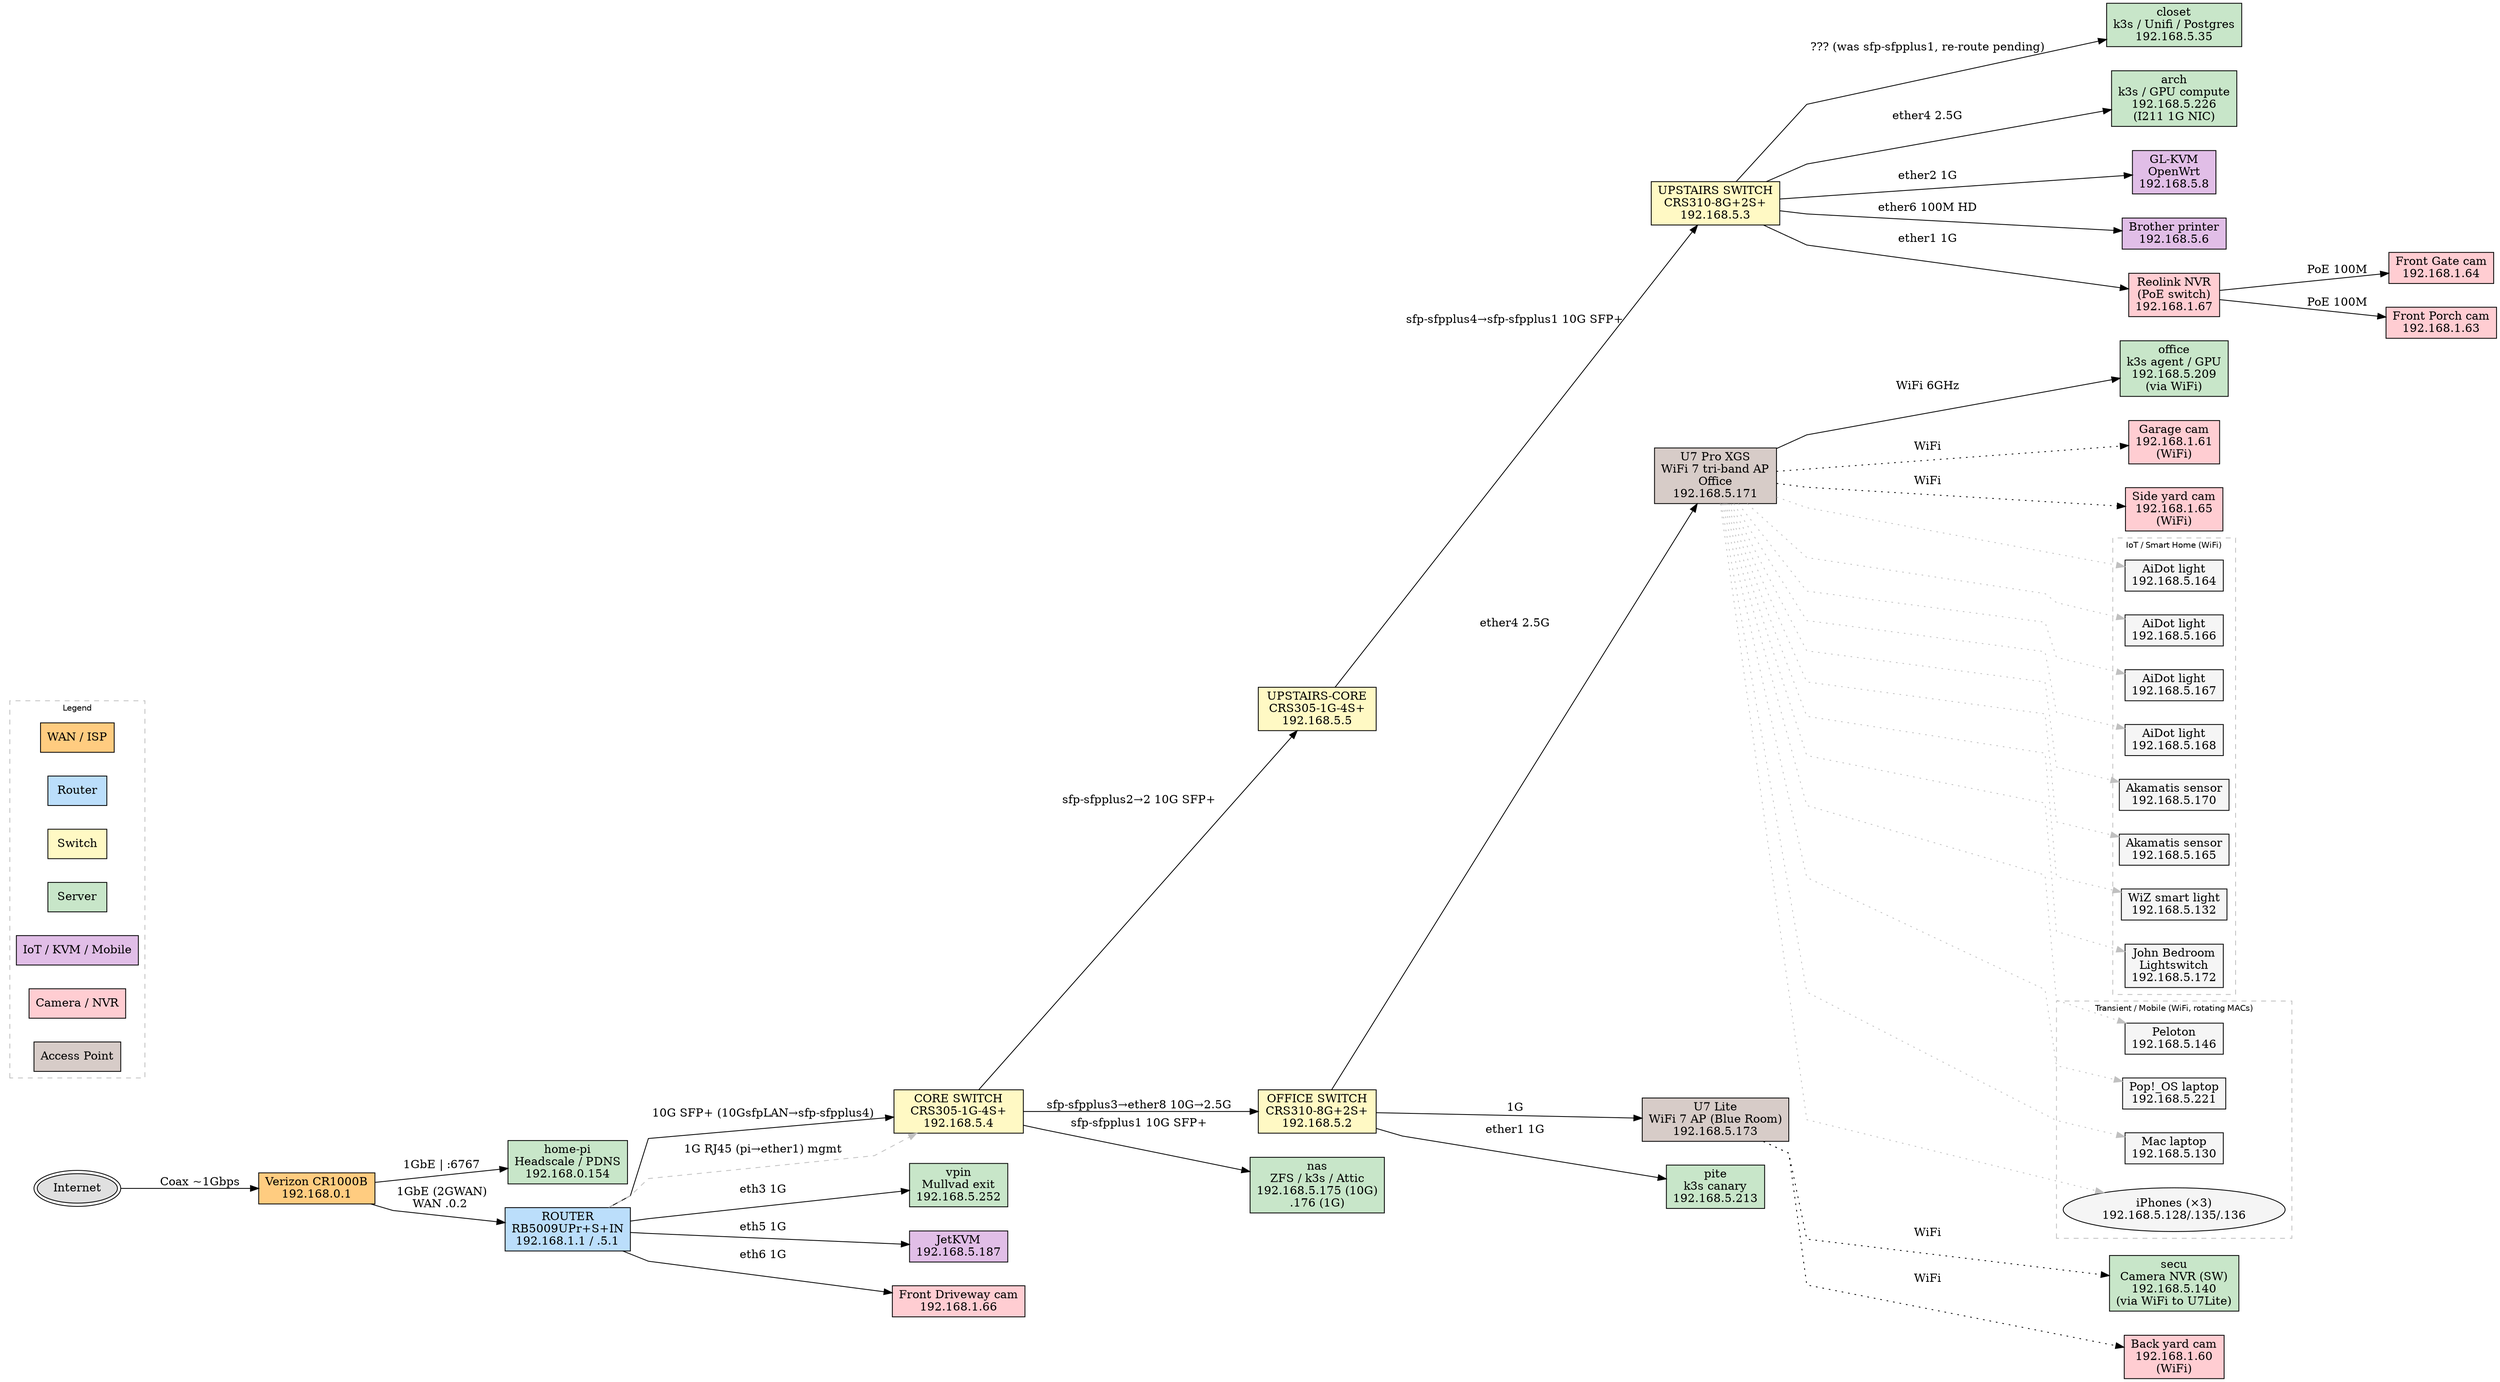
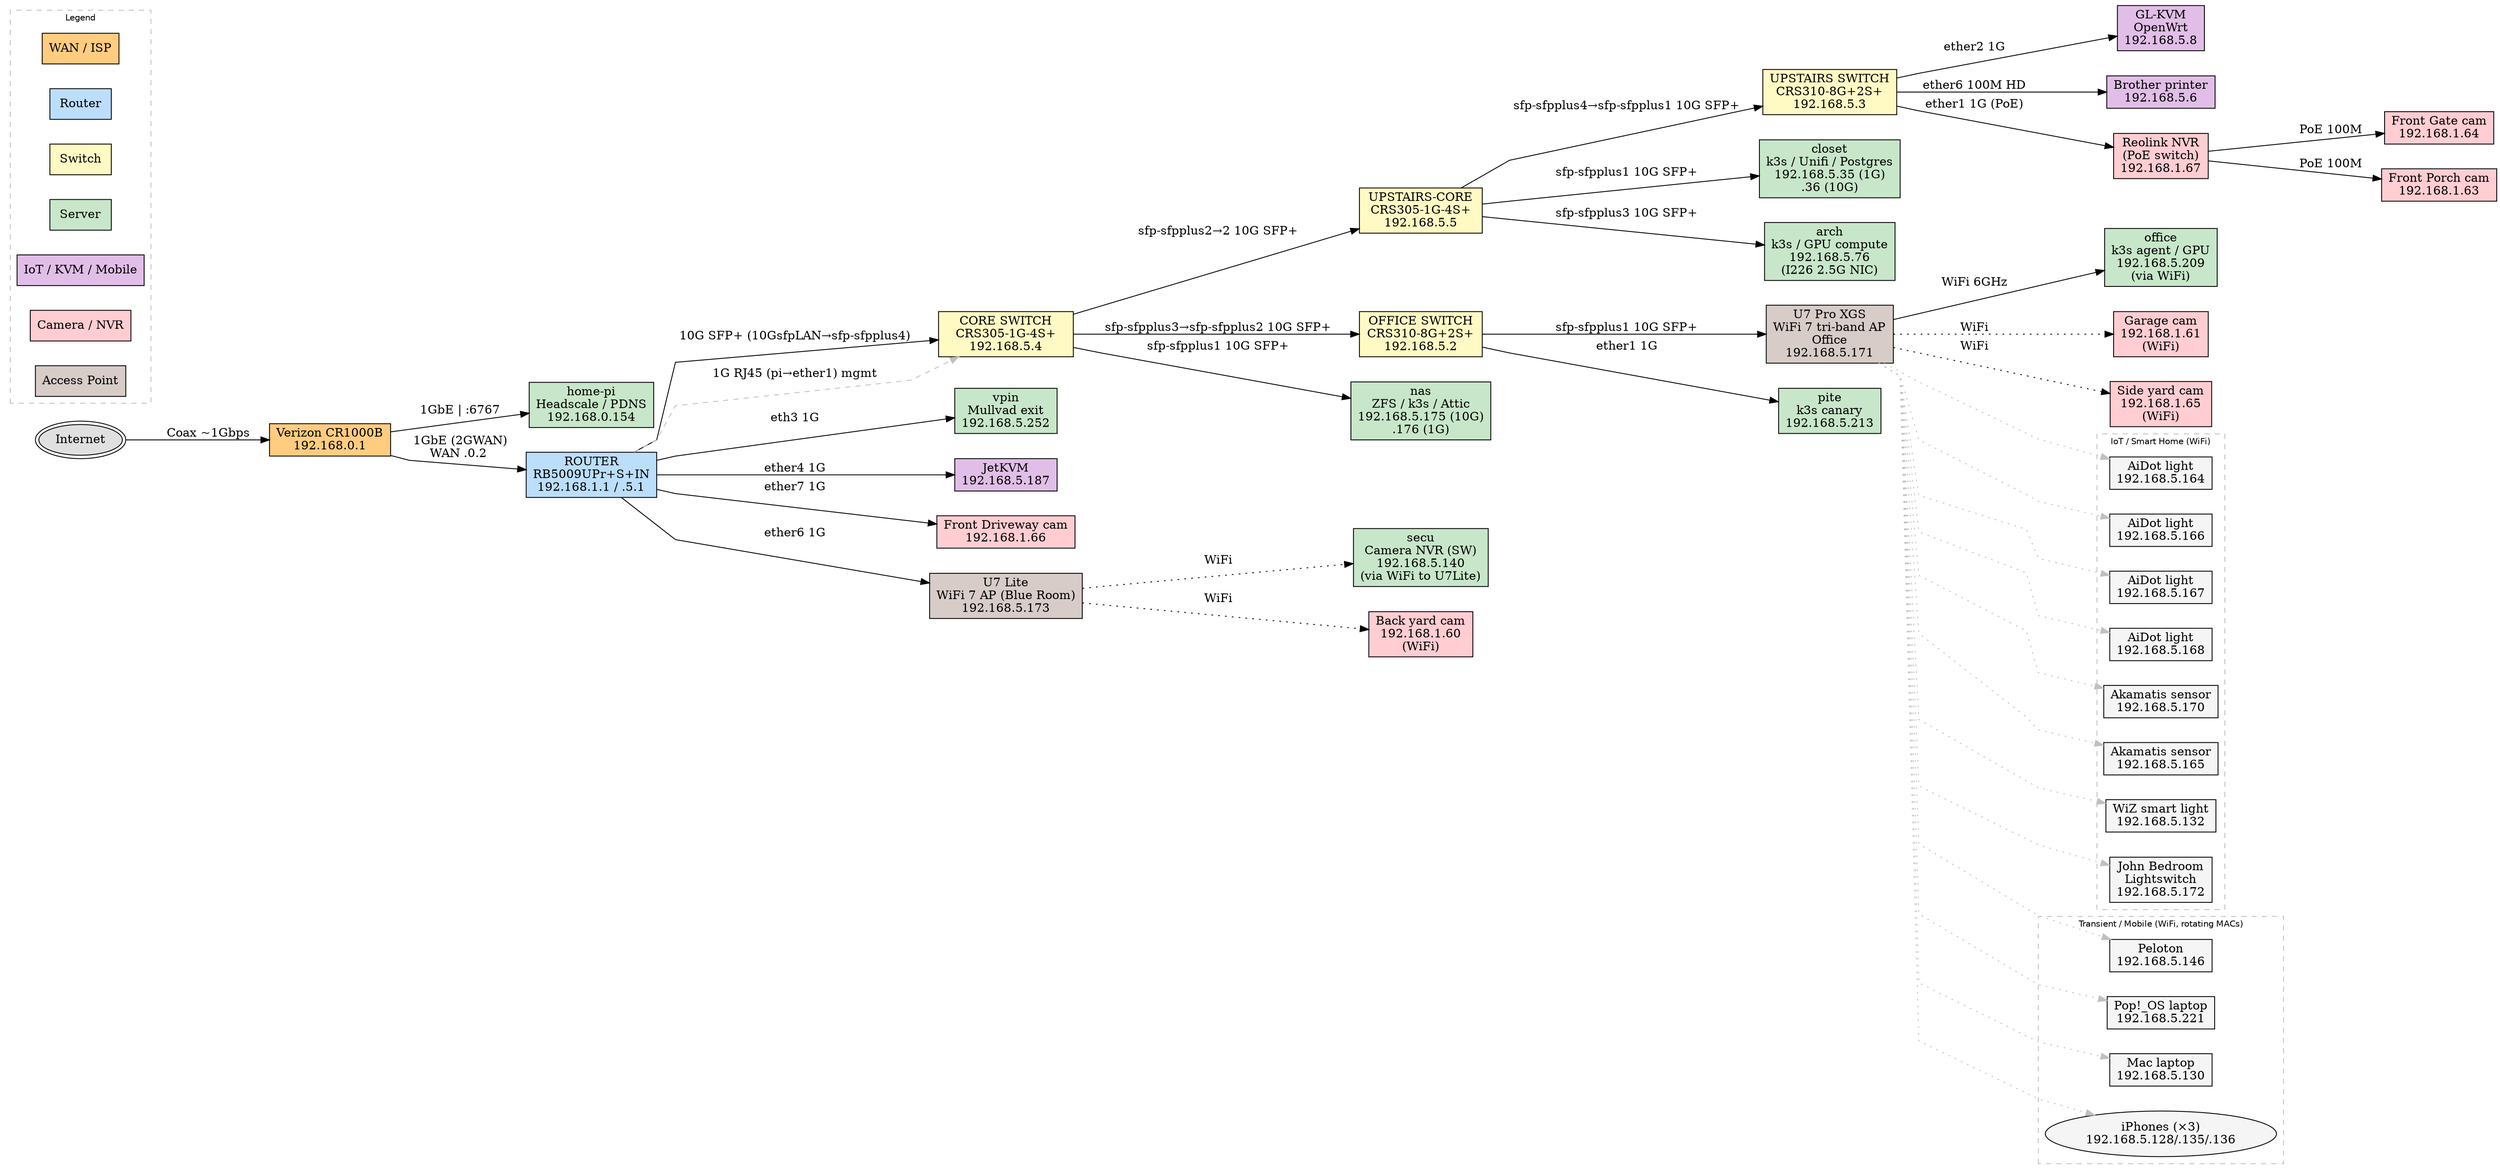
digraph G {
    rankdir=LR
    splines=polyline
    nodesep=0.4
    ranksep=0.6
    bgcolor=white
    fontname="Helvetica"

    // ── Internet / WAN ──
    internet [shape=ellipse, label="Internet", fillcolor="#e0e0e0", style=filled, peripheries=2]
    verizon  [shape=box, label="Verizon CR1000B\n192.168.0.1", fillcolor="#ffcc80", style=filled]
    homepi   [shape=box, label="home-pi\nHeadscale / PDNS\n192.168.0.154", fillcolor="#c8e6c9", style=filled]

    internet -> verizon [label=" Coax ~1Gbps"]
    verizon -> homepi   [label=" 1GbE | :6767"]

    // ── Router ──
    router [shape=box, label="ROUTER\nRB5009UPr+S+IN\n192.168.1.1 / .5.1", fillcolor="#bbdefb", style=filled, width=2.0]

    verizon -> router [label=" 1GbE (2GWAN)\nWAN .0.2"]

    // ── Core Switch ──
    core [shape=box, label="CORE SWITCH\nCRS305-1G-4S+\n192.168.5.4", fillcolor="#fff9c4", style=filled, width=2.2]

    router -> core [label=" 10G SFP+ (10GsfpLAN→sfp-sfpplus4)"]
    router -> core [label=" 1G RJ45 (pi→ether1) mgmt", style=dashed, color=gray, weight=0]

    // ── Router direct ports ──
    vpin        [shape=box, label="vpin\nMullvad exit\n192.168.5.252", fillcolor="#c8e6c9", style=filled]
    jetkvm      [shape=box, label="JetKVM\n192.168.5.187", fillcolor="#e1bee7", style=filled]
    cam_driveway [shape=box, label="Front Driveway cam\n192.168.1.66", fillcolor="#ffcdd2", style=filled]

    router -> vpin         [label=" eth3 1G"]
-     router -> jetkvm       [label=" eth5 1G"]
-     router -> cam_driveway [label=" eth6 1G"]
+     router -> jetkvm       [label=" ether4 1G"]
+     router -> cam_driveway [label=" ether7 1G"]
+     router -> u7lite   [label=" ether6 1G"]

    // ── Switches ──
    upstairs_core [shape=box, label="UPSTAIRS-CORE\nCRS305-1G-4S+\n192.168.5.5", fillcolor="#fff9c4", style=filled, width=2.0]
    upstairs [shape=box, label="UPSTAIRS SWITCH\nCRS310-8G+2S+\n192.168.5.3", fillcolor="#fff9c4", style=filled, width=2.0]
    office   [shape=box, label="OFFICE SWITCH\nCRS310-8G+2S+\n192.168.5.2", fillcolor="#fff9c4", style=filled, width=2.0]

    core -> upstairs_core [label=" sfp-sfpplus2→2 10G SFP+"]
    upstairs_core -> upstairs [label=" sfp-sfpplus4→sfp-sfpplus1 10G SFP+"]

+     upstairs_core -> closet [label=" sfp-sfpplus1 10G SFP+"]
+     upstairs_core -> arch   [label=" sfp-sfpplus3 10G SFP+"]

    // ── NAS (direct on core) ──
    nas [shape=box, label="nas\nZFS / k3s / Attic\n192.168.5.175 (10G)\n.176 (1G)", fillcolor="#c8e6c9", style=filled]

    core -> nas [label=" sfp-sfpplus1 10G SFP+"]

    // ── Core → Office ──
-     core -> office [label=" sfp-sfpplus3→ether8 10G→2.5G"]
+     core -> office [label=" sfp-sfpplus3→sfp-sfpplus2 10G SFP+"]

    // ── Upstairs wired devices ──
-     closet  [shape=box, label="closet\nk3s / Unifi / Postgres\n192.168.5.35", fillcolor="#c8e6c9", style=filled]
-     arch    [shape=box, label="arch\nk3s / GPU compute\n192.168.5.226\n(I211 1G NIC)", fillcolor="#c8e6c9", style=filled]
+     closet  [shape=box, label="closet\nk3s / Unifi / Postgres\n192.168.5.35 (1G)\n.36 (10G)", fillcolor="#c8e6c9", style=filled]
+     arch    [shape=box, label="arch\nk3s / GPU compute\n192.168.5.76\n(I226 2.5G NIC)", fillcolor="#c8e6c9", style=filled]
    glkvm   [shape=box, label="GL-KVM\nOpenWrt\n192.168.5.8", fillcolor="#e1bee7", style=filled]
    brother [shape=box, label="Brother printer\n192.168.5.6", fillcolor="#e1bee7", style=filled]

-     upstairs -> closet  [label=" ??? (was sfp-sfpplus1, re-route pending)"]
-     upstairs -> arch    [label=" ether4 2.5G"]
+ 
+ 
+ 
    upstairs -> glkvm   [label=" ether2 1G"]
    upstairs -> brother [label=" ether6 100M HD"]
+ 

    // ── NVR + wired cameras (NVR acts as PoE switch) ──
    nvr       [shape=box, label="Reolink NVR\n(PoE switch)\n192.168.1.67", fillcolor="#ffcdd2", style=filled]
    cam_gate  [shape=box, label="Front Gate cam\n192.168.1.64", fillcolor="#ffcdd2", style=filled]
    cam_porch [shape=box, label="Front Porch cam\n192.168.1.63", fillcolor="#ffcdd2", style=filled]
    secu      [shape=box, label="secu\nCamera NVR (SW)\n192.168.5.140\n(via WiFi to U7Lite)", fillcolor="#c8e6c9", style=filled]

-     upstairs -> nvr      [label=" ether1 1G"]
+     upstairs -> nvr      [label=" ether1 1G (PoE)"]
    nvr      -> cam_gate  [label=" PoE 100M"]
    nvr      -> cam_porch [label=" PoE 100M"]

    // ── Office: APs wired ──
    u7proxgs [shape=box, label="U7 Pro XGS\nWiFi 7 tri-band AP\nOffice\n192.168.5.171", fillcolor="#d7ccc8", style=filled]
    u7lite   [shape=box, label="U7 Lite\nWiFi 7 AP (Blue Room)\n192.168.5.173", fillcolor="#d7ccc8", style=filled]

-     office -> u7proxgs [label=" ether4 2.5G"]
-     office -> u7lite   [label=" 1G"]
+     office -> u7proxgs [label=" sfp-sfpplus1 10G SFP+"]
+ 

    // ── WiFi clients ──
    officepc   [shape=box, label="office\nk3s agent / GPU\n192.168.5.209\n(via WiFi)", fillcolor="#c8e6c9", style=filled]
    cam_back   [shape=box, label="Back yard cam\n192.168.1.60\n(WiFi)", fillcolor="#ffcdd2", style=filled]
    cam_garage [shape=box, label="Garage cam\n192.168.1.61\n(WiFi)", fillcolor="#ffcdd2", style=filled]
    cam_side   [shape=box, label="Side yard cam\n192.168.1.65\n(WiFi)", fillcolor="#ffcdd2", style=filled]

    u7proxgs -> officepc   [label=" WiFi 6GHz"]
    u7proxgs -> cam_garage [label=" WiFi", style=dotted]
    u7proxgs -> cam_side   [label=" WiFi", style=dotted]
    u7lite   -> cam_back   [label=" WiFi", style=dotted]
    u7lite   -> secu       [label=" WiFi", style=dotted]

    // ── IoT WiFi devices (all on U7 Pro XGS) ──
    subgraph cluster_iot {
        label="IoT / Smart Home (WiFi)"
        style=dashed
        color=gray
        fontsize=10
        iot_aidot1  [shape=box, label="AiDot light\n192.168.5.164", fillcolor="#f5f5f5", style=filled, width=1.5]
        iot_aidot2  [shape=box, label="AiDot light\n192.168.5.166", fillcolor="#f5f5f5", style=filled, width=1.5]
        iot_aidot3  [shape=box, label="AiDot light\n192.168.5.167", fillcolor="#f5f5f5", style=filled, width=1.5]
        iot_aidot4  [shape=box, label="AiDot light\n192.168.5.168", fillcolor="#f5f5f5", style=filled, width=1.5]
        iot_akam1   [shape=box, label="Akamatis sensor\n192.168.5.170", fillcolor="#f5f5f5", style=filled, width=1.5]
        iot_akam2   [shape=box, label="Akamatis sensor\n192.168.5.165", fillcolor="#f5f5f5", style=filled, width=1.5]
        iot_wiz     [shape=box, label="WiZ smart light\n192.168.5.132", fillcolor="#f5f5f5", style=filled, width=1.5]
        iot_switch  [shape=box, label="John Bedroom\nLightswitch\n192.168.5.172", fillcolor="#f5f5f5", style=filled, width=1.5]
    }
    u7proxgs -> iot_aidot1  [style=dotted, color=gray, weight=0]
    u7proxgs -> iot_aidot2  [style=dotted, color=gray, weight=0]
    u7proxgs -> iot_aidot3  [style=dotted, color=gray, weight=0]
    u7proxgs -> iot_aidot4  [style=dotted, color=gray, weight=0]
    u7proxgs -> iot_akam1   [style=dotted, color=gray, weight=0]
    u7proxgs -> iot_akam2   [style=dotted, color=gray, weight=0]
    u7proxgs -> iot_wiz     [style=dotted, color=gray, weight=0]
    u7proxgs -> iot_switch  [style=dotted, color=gray, weight=0]

    // ── Transient WiFi clients ──
    subgraph cluster_transient {
        label="Transient / Mobile (WiFi, rotating MACs)"
        style=dashed
        color=gray
        fontsize=10
        peloton   [shape=box, label="Peloton\n192.168.5.146", fillcolor="#f5f5f5", style=filled, width=1.5]
        pop_os    [shape=box, label="Pop!_OS laptop\n192.168.5.221", fillcolor="#f5f5f5", style=filled, width=1.5]
        macbook   [shape=box, label="Mac laptop\n192.168.5.130", fillcolor="#f5f5f5", style=filled, width=1.5]
        iphones   [shape=ellipse, label="iPhones (×3)\n192.168.5.128/.135/.136", fillcolor="#f5f5f5", style=filled]
    }
    u7proxgs -> peloton [style=dotted, color=gray, weight=0]
    u7proxgs -> pop_os  [style=dotted, color=gray, weight=0]
    u7proxgs -> macbook [style=dotted, color=gray, weight=0]
    u7proxgs -> iphones [style=dotted, color=gray, weight=0]

    // ── pite (wired via office switch) ──
    pite [shape=box, label="pite\nk3s canary\n192.168.5.213", fillcolor="#c8e6c9", style=filled]

    office -> pite [label=" ether1 1G"]

    // ── Legend ──
    subgraph cluster_legend {
        label="Legend"
        style=dashed
        color=gray
        fontsize=10
        legend_wan     [shape=box, label="WAN / ISP", fillcolor="#ffcc80", style=filled, width=1.0]
        legend_router  [shape=box, label="Router", fillcolor="#bbdefb", style=filled, width=1.0]
        legend_switch  [shape=box, label="Switch", fillcolor="#fff9c4", style=filled, width=1.0]
        legend_server  [shape=box, label="Server", fillcolor="#c8e6c9", style=filled, width=1.0]
        legend_iot     [shape=box, label="IoT / KVM / Mobile", fillcolor="#e1bee7", style=filled, width=1.0]
        legend_cam     [shape=box, label="Camera / NVR", fillcolor="#ffcdd2", style=filled, width=1.0]
        legend_ap      [shape=box, label="Access Point", fillcolor="#d7ccc8", style=filled, width=1.0]
    }
}
